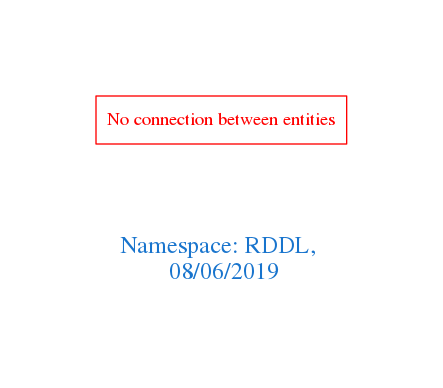
The Graphviz diagram downloads/RDDL.png in arago/OGIT, before a commit. Its source is kept beside it as downloads/RDDL.dot.
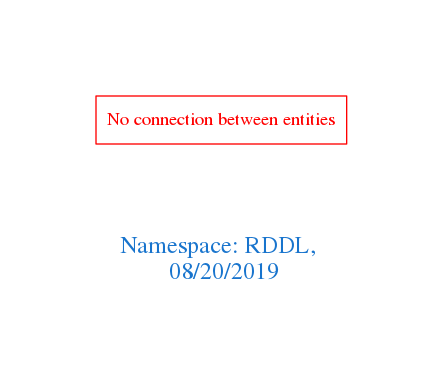
After the commit.

Change to the diagram source:
```diff
@@ -1,7 +1,7 @@
 digraph OGIT_ontology {
  graph [ rankdir= LR,pad=1
 fontsize = 18,
-fontcolor= dodgerblue3,label = "\n\n\nNamespace: RDDL, \n 08/06/2019"];
+fontcolor= dodgerblue3,label = "\n\n\nNamespace: RDDL, \n 08/20/2019"];
 node[shape=polygon];
 edge [  color="gray81"];
 
```
